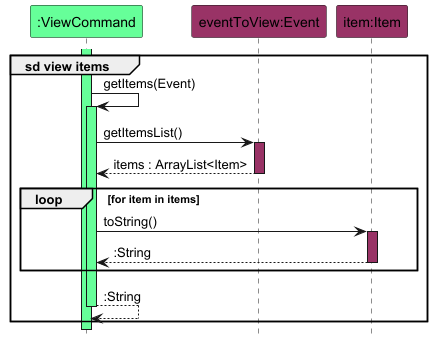
Above: docs/images/ViewItemSequenceDiagram.png in nus-cs2113-AY2425S1/tp (PlantUML), before the change.
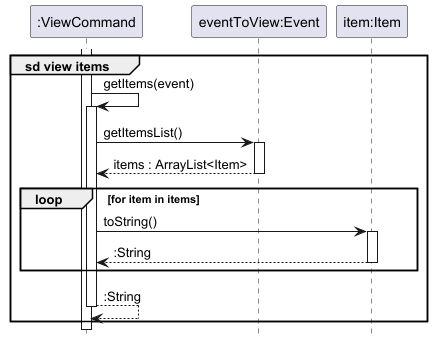
The same file after the commit.

Change to the diagram source:
```diff
@@ -2,23 +2,23 @@
 !include style.puml
 hide footbox
 
-participant ":ViewCommand" as command COMMAND_COLOUR
-participant "eventToView:Event" as event EVENT_COLOUR
-participant "item:Item" as item EVENT_COLOUR
+participant ":ViewCommand" as command
+participant "eventToView:Event" as event
+participant "item:Item" as item
 
 group sd view items
-activate command COMMAND_COLOUR
-    command -> command : getItems(Event)
-    activate command COMMAND_COLOUR
+activate command
+    command -> command : getItems(event)
+    activate command
 
     command -> event : getItemsList()
-    activate event EVENT_COLOUR
+    activate event
 
     return items : ArrayList<Item>
 
     loop for item in items
         command -> item : toString()
-        activate item EVENT_COLOUR
+        activate item
         return :String
     end
 
```
